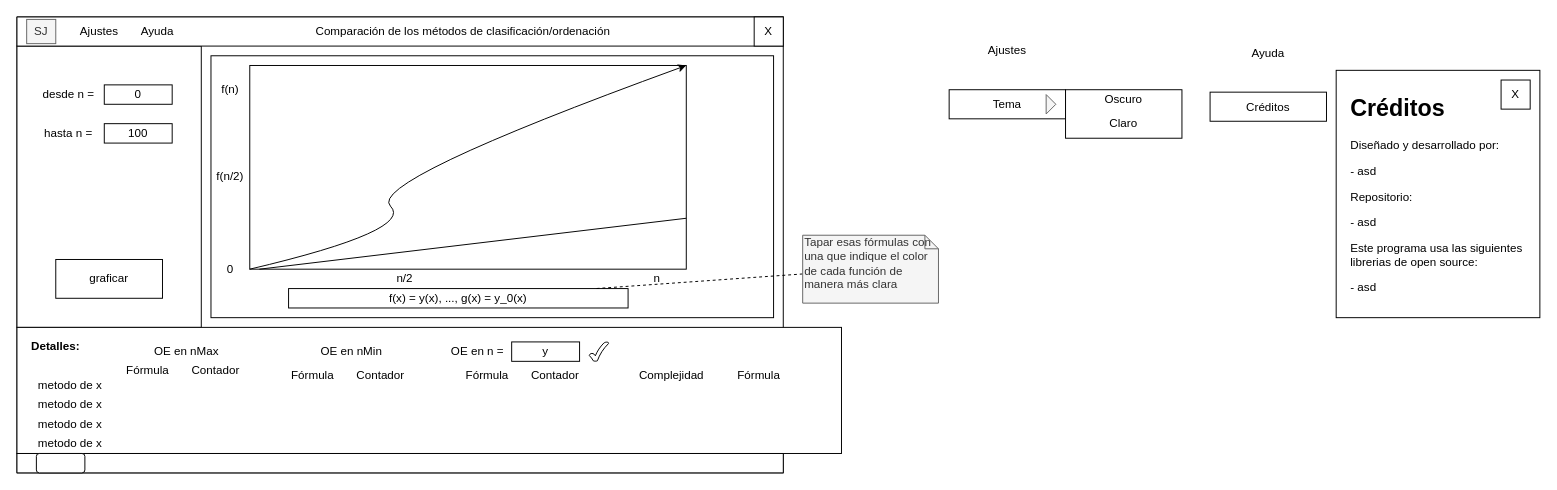
Earlier version of the draw.io diagram page "GUI" (4 of 4) of model/propuesta.drawio (JeanCarlosSC/comparacion-metodos-de-ordenacion). Source tidied: cells renumbered, new cells numbered last; positions are measured from the earlier drawing's top-left corner, leaving out a move shared by most shapes. Both pictures are drawn from the tidied source at 97%, with x=0, y=0 at pixel (16, 16).
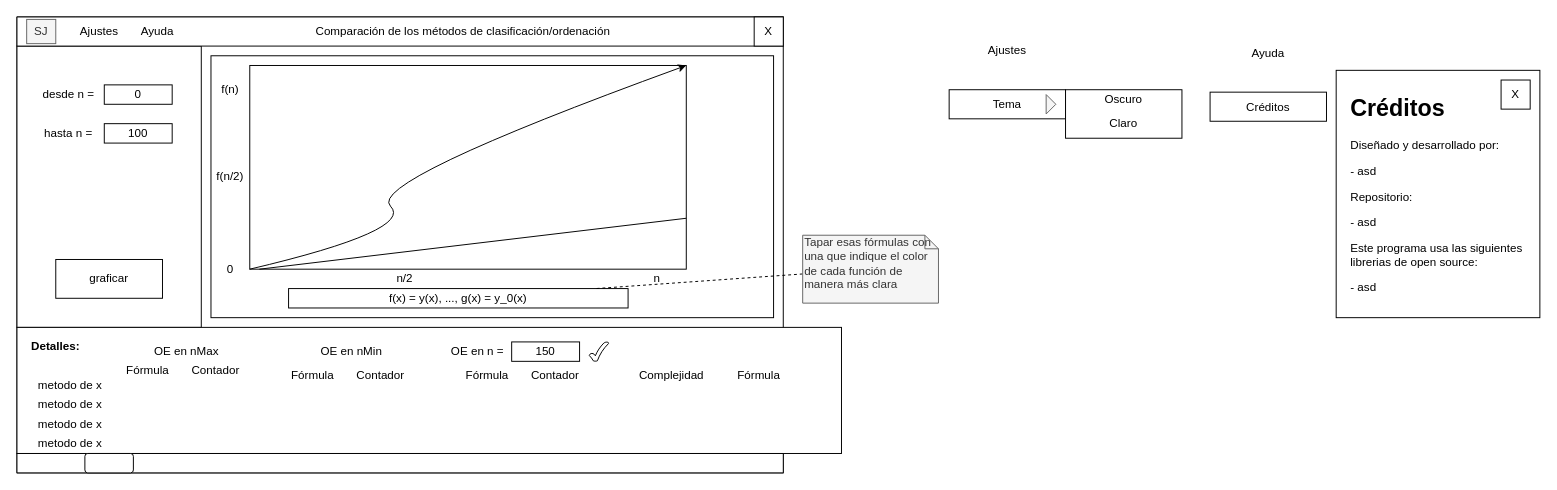
The same page after the edit.

Change to the diagram source:
```diff
@@
-    <mxCell id="45" value="y" style="rounded=0;whiteSpace=wrap;html=1;" parent="1" vertex="1">
+    <mxCell id="45" value="150" style="rounded=0;whiteSpace=wrap;html=1;" parent="1" vertex="1">
       <mxGeometry x="510" y="335" width="70" height="20" as="geometry" />
     </mxCell>
@@
     <mxCell id="52" style="rounded=1;whiteSpace=wrap;html=1;" parent="1" vertex="1">
-      <mxGeometry x="20" y="450" width="50" height="20" as="geometry" />
+      <mxGeometry x="70" y="450" width="50" height="20" as="geometry" />
     </mxCell>
```
